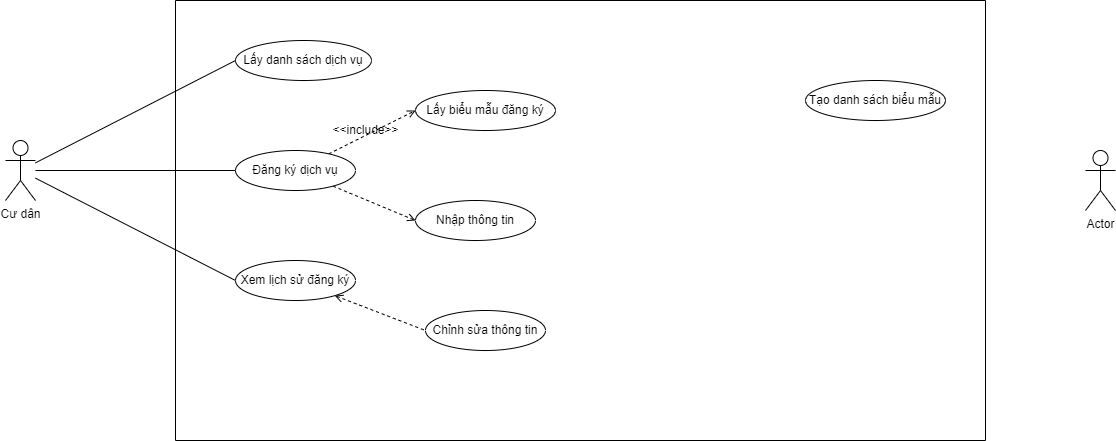
This is usecase diagram/hành chính số.drawio.png from kienndhn/draw-io, a draw.io export, as it was before one commit. Source tidied: cells renumbered, new cells last; positions are measured from the earlier drawing's top-left corner, leaving out a move shared by most shapes.
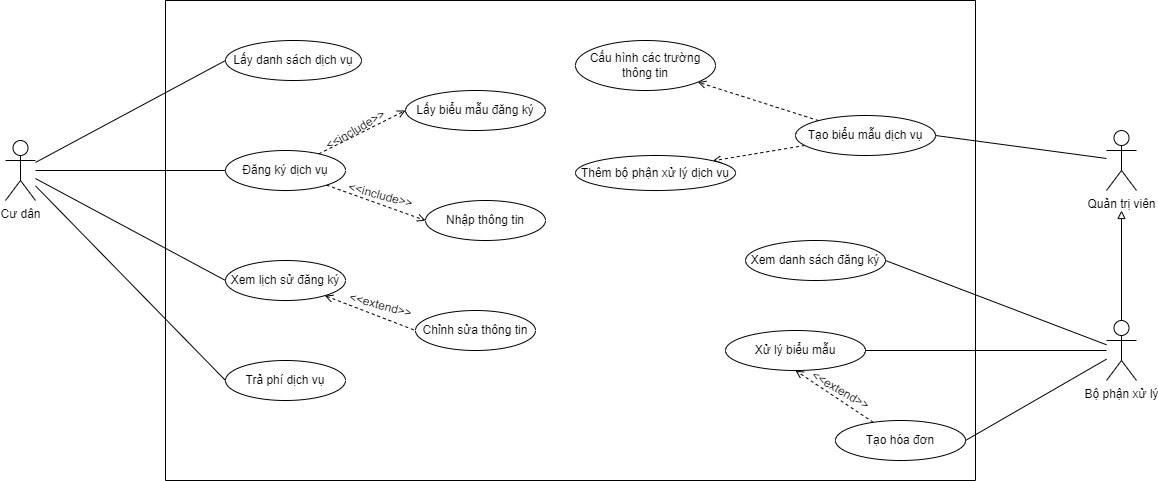
Above is the later version.

What changed in the source:
```diff
@@ -3,7 +3,7 @@
     <mxCell id="0" />
     <mxCell id="1" parent="0" />
     <mxCell id="2" style="swimlane;startSize=0;" parent="1" vertex="1">
-      <mxGeometry x="170" width="810" height="440" as="geometry" />
+      <mxGeometry x="160" width="810" height="480" as="geometry" />
     </mxCell>
     <mxCell id="3" value="Lấy danh sách dịch vụ" style="ellipse;whiteSpace=wrap;html=1;" parent="2" vertex="1">
       <mxGeometry x="60" y="40" width="136" height="40" as="geometry" />
@@ -21,10 +21,16 @@
       <mxGeometry x="250" y="310" width="120" height="40" as="geometry" />
     </mxCell>
     <mxCell id="8" value="Nhập thông tin" style="ellipse;whiteSpace=wrap;html=1;" parent="2" vertex="1">
-      <mxGeometry x="240" y="200" width="120" height="40" as="geometry" />
+      <mxGeometry x="260" y="200" width="120" height="40" as="geometry" />
     </mxCell>
+    <mxCell id="19" style="rounded=0;jettySize=auto;html=1;dashed=1;endArrow=open;endFill=0;" parent="2" edge="1" source="9" target="23">
+      <mxGeometry relative="1" as="geometry" />
+    </mxCell>
+    <mxCell id="20" style="edgeStyle=none;rounded=0;jettySize=auto;html=1;entryX=1;entryY=0;entryDx=0;entryDy=0;dashed=1;endArrow=open;endFill=0;" parent="2" edge="1" source="9" target="24">
+      <mxGeometry relative="1" as="geometry" />
+    </mxCell>
-    <mxCell id="9" value="Tạo danh sách biểu mẫu" style="ellipse;whiteSpace=wrap;html=1;" parent="2" vertex="1">
-      <mxGeometry x="630" y="80" width="140" height="40" as="geometry" />
+    <mxCell id="9" value="Tạo biểu mẫu dịch vụ" style="ellipse;whiteSpace=wrap;html=1;" parent="2" vertex="1">
+      <mxGeometry x="630" y="115" width="140" height="40" as="geometry" />
     </mxCell>
     <mxCell id="10" style="edgeStyle=none;rounded=0;jettySize=auto;html=1;entryX=0;entryY=0.5;entryDx=0;entryDy=0;endArrow=none;endFill=0;dashed=1;startArrow=open;startFill=0;" parent="2" edge="1" source="11" target="7">
       <mxGeometry relative="1" as="geometry" />
@@ -35,6 +41,39 @@
     <mxCell id="12" value="Lấy biểu mẫu đăng ký" style="ellipse;whiteSpace=wrap;html=1;" parent="2" vertex="1">
       <mxGeometry x="240" y="90" width="140" height="40" as="geometry" />
     </mxCell>
+    <mxCell id="21" value="&amp;lt;&amp;lt;include&amp;gt;&amp;gt;" style="text;html=1;align=center;verticalAlign=middle;strokeColor=none;fillColor=none;rotation=15;" parent="2" vertex="1">
+      <mxGeometry x="170" y="180" width="90" height="30" as="geometry" />
+    </mxCell>
+    <mxCell id="18" value="&amp;lt;&amp;lt;include&amp;gt;&amp;gt;" style="text;html=1;align=center;verticalAlign=middle;strokeColor=none;fillColor=none;rotation=-30;" parent="2" vertex="1">
+      <mxGeometry x="145" y="115" width="90" height="30" as="geometry" />
+    </mxCell>
+    <mxCell id="22" value="&amp;lt;&amp;lt;extend&amp;gt;&amp;gt;" style="text;html=1;align=center;verticalAlign=middle;strokeColor=none;fillColor=none;rotation=15;" parent="2" vertex="1">
+      <mxGeometry x="170" y="290" width="90" height="30" as="geometry" />
+    </mxCell>
+    <mxCell id="23" value="Cấu hình các trường thông tin" style="ellipse;whiteSpace=wrap;html=1;" parent="2" vertex="1">
+      <mxGeometry x="410" y="40" width="140" height="50" as="geometry" />
+    </mxCell>
+    <mxCell id="24" value="Thêm bộ phận xử lý dịch vụ" style="ellipse;whiteSpace=wrap;html=1;" parent="2" vertex="1">
+      <mxGeometry x="410" y="155" width="160" height="35" as="geometry" />
+    </mxCell>
+    <mxCell id="25" value="Xem danh sách đăng ký" style="ellipse;whiteSpace=wrap;html=1;" parent="2" vertex="1">
+      <mxGeometry x="580" y="240" width="140" height="40" as="geometry" />
+    </mxCell>
+    <mxCell id="26" value="Xử lý biểu mẫu" style="ellipse;whiteSpace=wrap;html=1;" parent="2" vertex="1">
+      <mxGeometry x="560" y="330" width="140" height="40" as="geometry" />
+    </mxCell>
+    <mxCell id="27" style="edgeStyle=none;rounded=0;jettySize=auto;html=1;entryX=0.5;entryY=1;entryDx=0;entryDy=0;endArrow=open;endFill=0;dashed=1;" parent="2" edge="1" source="28" target="26">
+      <mxGeometry relative="1" as="geometry" />
+    </mxCell>
+    <mxCell id="28" value="Tạo hóa đơn" style="ellipse;whiteSpace=wrap;html=1;" parent="2" vertex="1">
+      <mxGeometry x="670" y="420" width="130" height="40" as="geometry" />
+    </mxCell>
+    <mxCell id="29" value="&amp;lt;&amp;lt;extend&amp;gt;&amp;gt;" style="text;html=1;align=center;verticalAlign=middle;strokeColor=none;fillColor=none;rotation=30;" parent="2" vertex="1">
+      <mxGeometry x="630" y="375" width="90" height="30" as="geometry" />
+    </mxCell>
+    <mxCell id="30" value="Trả phí dịch vụ" style="ellipse;whiteSpace=wrap;html=1;" parent="2" vertex="1">
+      <mxGeometry x="60" y="360" width="120" height="40" as="geometry" />
+    </mxCell>
     <mxCell id="13" style="rounded=0;jettySize=auto;html=1;entryX=0;entryY=0.5;entryDx=0;entryDy=0;endArrow=none;endFill=0;" parent="1" edge="1" source="16" target="3">
       <mxGeometry relative="1" as="geometry" />
     </mxCell>
@@ -44,14 +83,32 @@
     <mxCell id="15" style="edgeStyle=none;rounded=0;jettySize=auto;html=1;entryX=0;entryY=0.5;entryDx=0;entryDy=0;endArrow=none;endFill=0;" parent="1" edge="1" source="16" target="11">
       <mxGeometry relative="1" as="geometry" />
     </mxCell>
+    <mxCell id="31" style="edgeStyle=none;rounded=0;jettySize=auto;html=1;entryX=0;entryY=0.5;entryDx=0;entryDy=0;endArrow=none;endFill=0;" parent="1" edge="1" source="16" target="30">
+      <mxGeometry relative="1" as="geometry" />
+    </mxCell>
     <mxCell id="16" value="Cư dân" style="shape=umlActor;verticalLabelPosition=bottom;verticalAlign=top;html=1;outlineConnect=0;" parent="1" vertex="1">
       <mxGeometry y="140" width="30" height="60" as="geometry" />
     </mxCell>
+    <mxCell id="32" style="edgeStyle=none;rounded=0;jettySize=auto;html=1;entryX=1;entryY=0.5;entryDx=0;entryDy=0;endArrow=none;endFill=0;" parent="1" edge="1" source="17" target="9">
+      <mxGeometry relative="1" as="geometry" />
+    </mxCell>
-    <mxCell id="17" value="Actor" style="shape=umlActor;verticalLabelPosition=bottom;verticalAlign=top;html=1;outlineConnect=0;" parent="1" vertex="1">
-      <mxGeometry x="1080" y="150" width="30" height="60" as="geometry" />
+    <mxCell id="17" value="Quản trị viên" style="shape=umlActor;verticalLabelPosition=bottom;verticalAlign=top;html=1;outlineConnect=0;" parent="1" vertex="1">
+      <mxGeometry x="1101" y="130" width="30" height="60" as="geometry" />
     </mxCell>
-    <mxCell id="18" value="&amp;lt;&amp;lt;include&amp;gt;&amp;gt;" style="text;html=1;align=center;verticalAlign=middle;strokeColor=none;fillColor=none;" parent="1" vertex="1">
-      <mxGeometry x="315" y="115" width="90" height="30" as="geometry" />
-    </mxCell>
+    <mxCell id="33" style="edgeStyle=none;rounded=0;jettySize=auto;html=1;entryX=1;entryY=0.5;entryDx=0;entryDy=0;endArrow=none;endFill=0;" parent="1" edge="1" source="37" target="25">
+      <mxGeometry relative="1" as="geometry" />
+    </mxCell>
+    <mxCell id="34" style="edgeStyle=none;rounded=0;jettySize=auto;html=1;entryX=1;entryY=0.5;entryDx=0;entryDy=0;endArrow=none;endFill=0;" parent="1" edge="1" source="37" target="26">
+      <mxGeometry relative="1" as="geometry" />
+    </mxCell>
+    <mxCell id="35" style="edgeStyle=none;rounded=0;jettySize=auto;html=1;entryX=1;entryY=0.5;entryDx=0;entryDy=0;endArrow=none;endFill=0;" parent="1" edge="1" source="37" target="28">
+      <mxGeometry relative="1" as="geometry" />
+    </mxCell>
+    <mxCell id="36" style="edgeStyle=none;rounded=0;jettySize=auto;html=1;entryX=0.5;entryY=1.333;entryDx=0;entryDy=0;entryPerimeter=0;endArrow=block;endFill=0;" parent="1" edge="1" source="37" target="17">
+      <mxGeometry relative="1" as="geometry" />
+    </mxCell>
+    <mxCell id="37" value="Bộ phận xử lý" style="shape=umlActor;verticalLabelPosition=bottom;verticalAlign=top;html=1;outlineConnect=0;" parent="1" vertex="1">
+      <mxGeometry x="1101" y="320" width="30" height="60" as="geometry" />
+    </mxCell>
   </root>
 </mxGraphModel>
```
